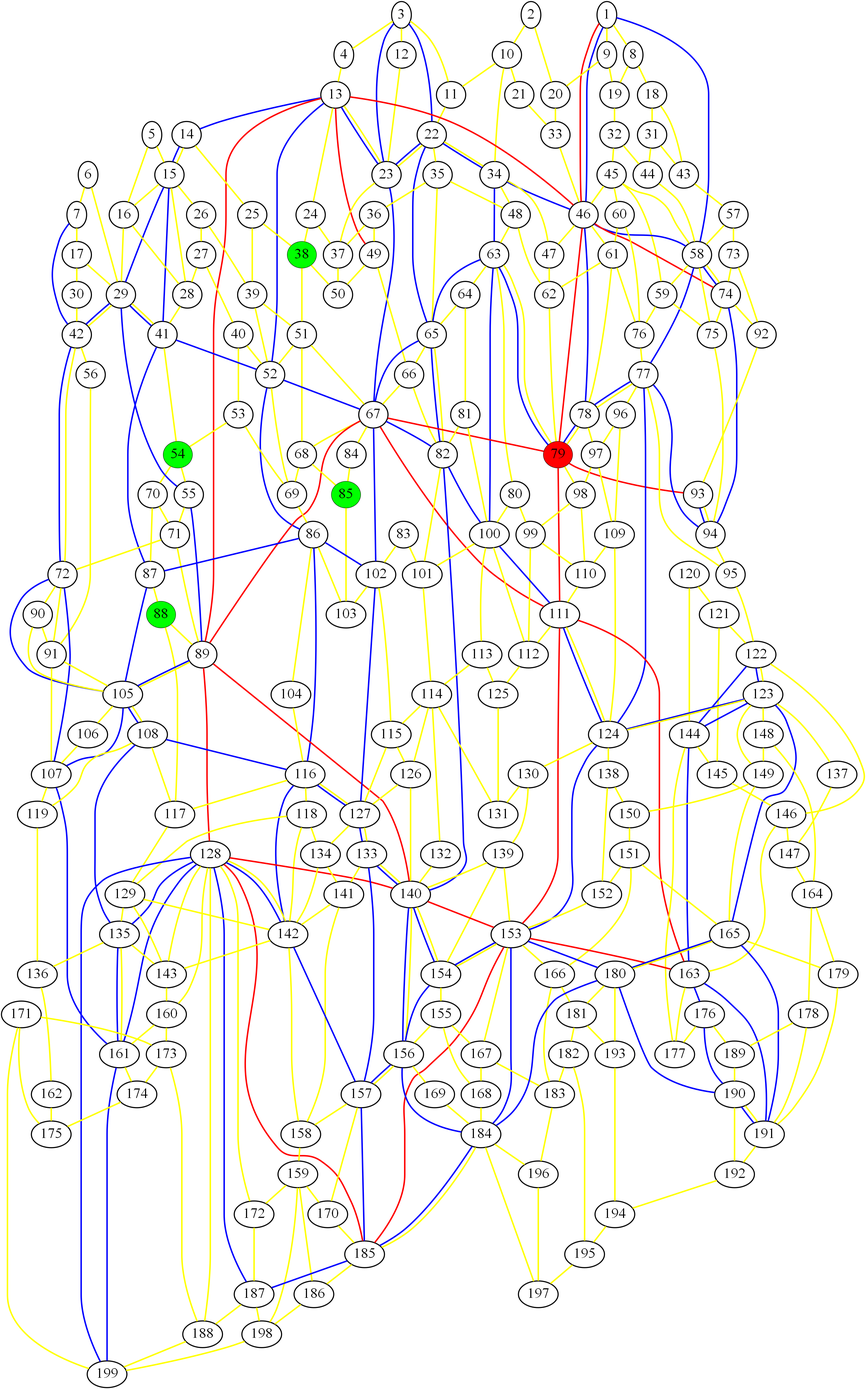
Before: graph_2.png, a diagram exported from Graphviz (ed-churchill/complex-systems-project). Its source is kept beside it as graph_2.gv.
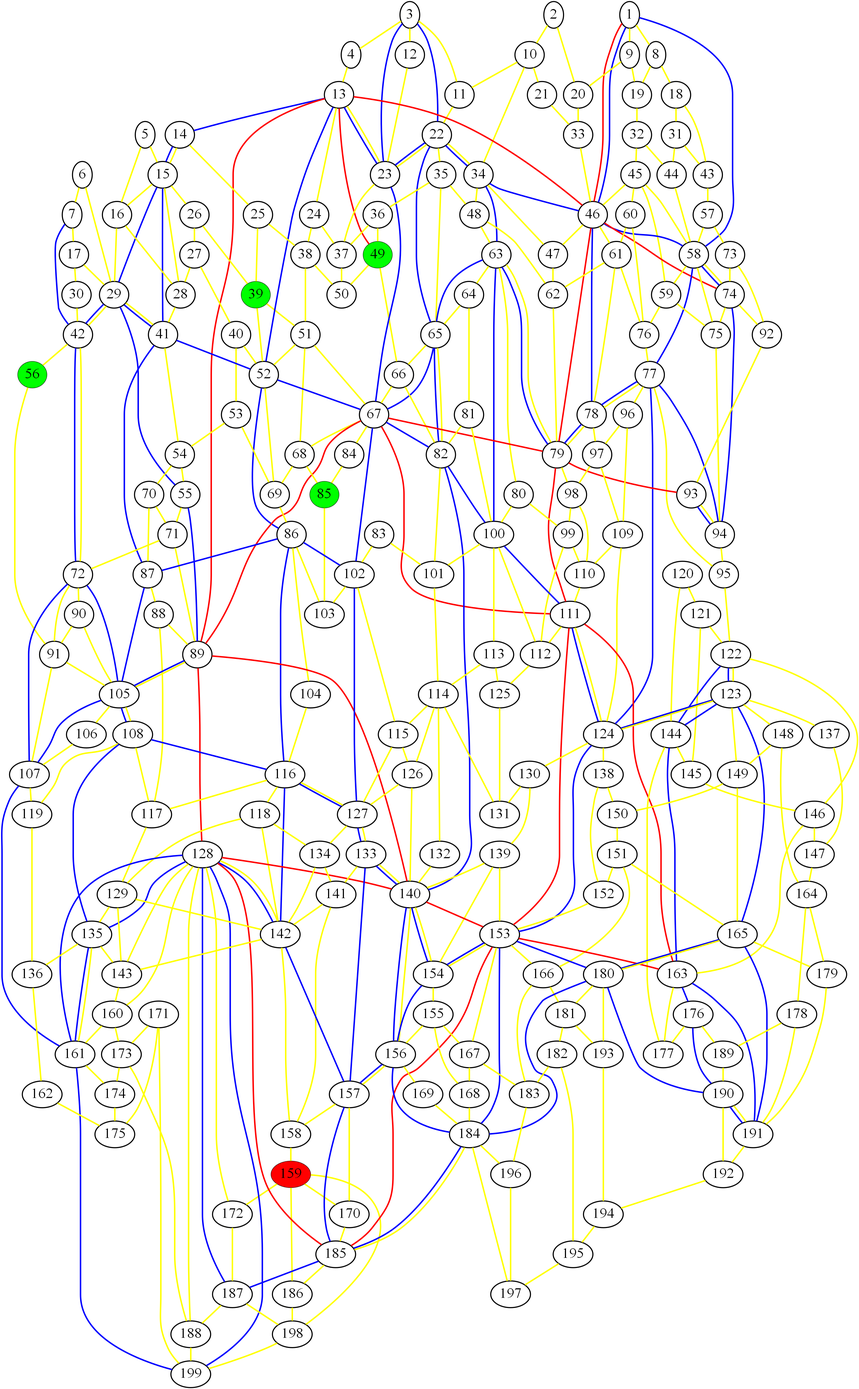
Later version of the same file.

Diff of the diagram source:
```diff
@@ -1,9 +1,9 @@
 graph london_graph {
-79 [fillcolor=red, fontsize=40, pendwidth=3, style=filled];
-88 [fillcolor=green, fontsize=40, pendwidth=3, style=filled];
-38 [fillcolor=green, fontsize=40, pendwidth=3, style=filled];
-54 [fillcolor=green, fontsize=40, pendwidth=3, style=filled];
+159 [fillcolor=red, fontsize=40, pendwidth=3, style=filled];
+56 [fillcolor=green, fontsize=40, pendwidth=3, style=filled];
+39 [fillcolor=green, fontsize=40, pendwidth=3, style=filled];
 85 [fillcolor=green, fontsize=40, pendwidth=3, style=filled];
+49 [fillcolor=green, fontsize=40, pendwidth=3, style=filled];
 1 [fontsize=40, penwidth=3];
 2 [fontsize=40, penwidth=3];
 3 [fontsize=40, penwidth=3];
@@ -41,7 +41,7 @@
 35 [fontsize=40, penwidth=3];
 36 [fontsize=40, penwidth=3];
 37 [fontsize=40, penwidth=3];
-39 [fontsize=40, penwidth=3];
+38 [fontsize=40, penwidth=3];
 40 [fontsize=40, penwidth=3];
 41 [fontsize=40, penwidth=3];
 42 [fontsize=40, penwidth=3];
@@ -51,13 +51,12 @@
 46 [fontsize=40, penwidth=3];
 47 [fontsize=40, penwidth=3];
 48 [fontsize=40, penwidth=3];
-49 [fontsize=40, penwidth=3];
 50 [fontsize=40, penwidth=3];
 51 [fontsize=40, penwidth=3];
 52 [fontsize=40, penwidth=3];
 53 [fontsize=40, penwidth=3];
+54 [fontsize=40, penwidth=3];
 55 [fontsize=40, penwidth=3];
-56 [fontsize=40, penwidth=3];
 57 [fontsize=40, penwidth=3];
 58 [fontsize=40, penwidth=3];
 59 [fontsize=40, penwidth=3];
@@ -80,6 +79,7 @@
 76 [fontsize=40, penwidth=3];
 77 [fontsize=40, penwidth=3];
 78 [fontsize=40, penwidth=3];
+79 [fontsize=40, penwidth=3];
 80 [fontsize=40, penwidth=3];
 81 [fontsize=40, penwidth=3];
 82 [fontsize=40, penwidth=3];
@@ -87,6 +87,7 @@
 84 [fontsize=40, penwidth=3];
 86 [fontsize=40, penwidth=3];
 87 [fontsize=40, penwidth=3];
+88 [fontsize=40, penwidth=3];
 89 [fontsize=40, penwidth=3];
 90 [fontsize=40, penwidth=3];
 91 [fontsize=40, penwidth=3];
@@ -157,7 +158,6 @@
 156 [fontsize=40, penwidth=3];
 157 [fontsize=40, penwidth=3];
 158 [fontsize=40, penwidth=3];
-159 [fontsize=40, penwidth=3];
 160 [fontsize=40, penwidth=3];
 161 [fontsize=40, penwidth=3];
 162 [fontsize=40, penwidth=3];
```
